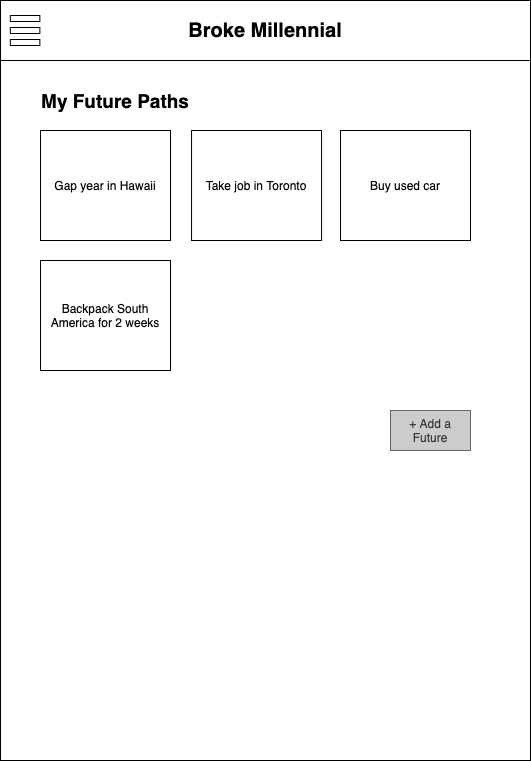
Above: ux-design/Dashboard.png in software-assignments-spring2021/spring-2020-cruel-badger (draw.io), before the change. Source tidied: cells renumbered, new cells last; positions are measured from the earlier drawing's top-left corner, leaving out a move shared by most shapes.
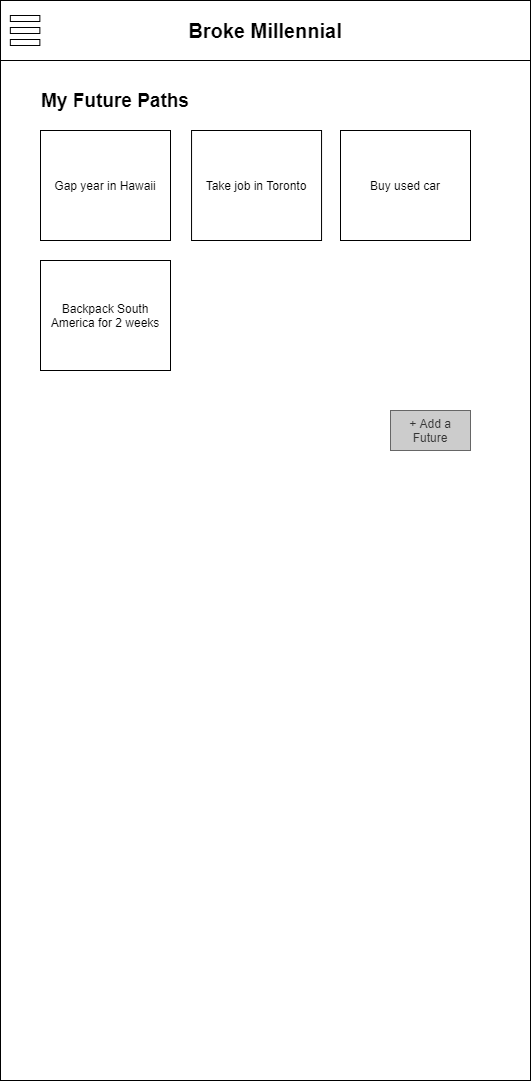
After the change.

The edit, as a diff of the source:
```diff
@@ -3,38 +3,38 @@
     <mxCell id="0" />
     <mxCell id="1" parent="0" />
     <mxCell id="2" style="rounded=0;whiteSpace=wrap;html=1;" parent="1" vertex="1">
-      <mxGeometry width="530" height="760" as="geometry" />
+      <mxGeometry width="530" height="1080" as="geometry" />
     </mxCell>
+    <mxCell id="14" value="&lt;b&gt;&lt;font style=&quot;font-size: 20px&quot;&gt;Broke&amp;nbsp;&lt;/font&gt;&lt;/b&gt;&lt;span style=&quot;font-size: 20px&quot;&gt;&lt;b&gt;Millennial&lt;/b&gt;&lt;/span&gt;" style="rounded=0;whiteSpace=wrap;html=1;" parent="1" vertex="1">
+      <mxGeometry width="530" height="60" as="geometry" />
+    </mxCell>
+    <mxCell id="15" style="group;" parent="1" vertex="1">
+      <mxGeometry x="9.8" y="15" width="29.5" height="30" as="geometry" />
+    </mxCell>
-    <mxCell id="3" value="&lt;b&gt;&lt;font style=&quot;font-size: 20px&quot;&gt;Broke&amp;nbsp;&lt;/font&gt;&lt;/b&gt;&lt;span style=&quot;font-size: 20px&quot;&gt;&lt;b&gt;Millennial&lt;/b&gt;&lt;/span&gt;" style="rounded=0;whiteSpace=wrap;html=1;" parent="1" vertex="1">
-      <mxGeometry width="530" height="60" as="geometry" />
+    <mxCell id="3" style="rounded=0;whiteSpace=wrap;html=1;fontSize=20;" parent="15" vertex="1">
+      <mxGeometry width="29.5" height="6" as="geometry" />
     </mxCell>
+    <mxCell id="16" style="rounded=0;whiteSpace=wrap;html=1;fontSize=20;" parent="15" vertex="1">
+      <mxGeometry y="12" width="29.5" height="6" as="geometry" />
+    </mxCell>
+    <mxCell id="17" style="rounded=0;whiteSpace=wrap;html=1;fontSize=20;" parent="15" vertex="1">
+      <mxGeometry y="24" width="29.5" height="6" as="geometry" />
+    </mxCell>
+    <mxCell id="8" value="&lt;font style=&quot;font-size: 19px&quot;&gt;&lt;b&gt;My Future Paths&lt;/b&gt;&lt;/font&gt;" style="text;html=1;strokeColor=none;fillColor=none;align=center;verticalAlign=middle;whiteSpace=wrap;rounded=0;" parent="1" vertex="1">
+      <mxGeometry x="20" y="90" width="190" height="20" as="geometry" />
+    </mxCell>
-    <mxCell id="4" style="group;" parent="1" vertex="1">
-      <mxGeometry x="9.8" y="15" width="29.5" height="30" as="geometry" />
+    <mxCell id="4" value="Gap year in Hawaii" style="rounded=0;whiteSpace=wrap;html=1;" parent="1" vertex="1">
+      <mxGeometry x="40" y="130" width="130" height="110" as="geometry" />
     </mxCell>
-    <mxCell id="5" style="rounded=0;whiteSpace=wrap;html=1;fontSize=20;" parent="4" vertex="1">
-      <mxGeometry width="29.5" height="6" as="geometry" />
+    <mxCell id="5" value="Take job in Toronto" style="rounded=0;whiteSpace=wrap;html=1;" parent="1" vertex="1">
+      <mxGeometry x="191.1" y="130" width="130" height="110" as="geometry" />
     </mxCell>
-    <mxCell id="6" style="rounded=0;whiteSpace=wrap;html=1;fontSize=20;" parent="4" vertex="1">
-      <mxGeometry y="12" width="29.5" height="6" as="geometry" />
+    <mxCell id="6" value="Buy used car" style="rounded=0;whiteSpace=wrap;html=1;" parent="1" vertex="1">
+      <mxGeometry x="340" y="130" width="130" height="110" as="geometry" />
     </mxCell>
-    <mxCell id="7" style="rounded=0;whiteSpace=wrap;html=1;fontSize=20;" parent="4" vertex="1">
-      <mxGeometry y="24" width="29.5" height="6" as="geometry" />
+    <mxCell id="7" value="Backpack South America for 2 weeks" style="rounded=0;whiteSpace=wrap;html=1;" parent="1" vertex="1">
+      <mxGeometry x="40" y="260" width="130" height="110" as="geometry" />
     </mxCell>
-    <mxCell id="8" value="&lt;font style=&quot;font-size: 19px&quot;&gt;&lt;b&gt;My Future Paths&lt;/b&gt;&lt;/font&gt;" style="text;html=1;strokeColor=none;fillColor=none;align=center;verticalAlign=middle;whiteSpace=wrap;rounded=0;" parent="1" vertex="1">
-      <mxGeometry x="20" y="90" width="190" height="20" as="geometry" />
-    </mxCell>
-    <mxCell id="9" value="Gap year in Hawaii" style="rounded=0;whiteSpace=wrap;html=1;" parent="1" vertex="1">
-      <mxGeometry x="40" y="130" width="130" height="110" as="geometry" />
-    </mxCell>
-    <mxCell id="10" value="Take job in Toronto" style="rounded=0;whiteSpace=wrap;html=1;" parent="1" vertex="1">
-      <mxGeometry x="191.1" y="130" width="130" height="110" as="geometry" />
-    </mxCell>
-    <mxCell id="11" value="Buy used car" style="rounded=0;whiteSpace=wrap;html=1;" parent="1" vertex="1">
-      <mxGeometry x="340" y="130" width="130" height="110" as="geometry" />
-    </mxCell>
-    <mxCell id="12" value="Backpack South America for 2 weeks" style="rounded=0;whiteSpace=wrap;html=1;" parent="1" vertex="1">
-      <mxGeometry x="40" y="260" width="130" height="110" as="geometry" />
-    </mxCell>
     <mxCell id="13" value="+ Add a Future" style="rounded=0;whiteSpace=wrap;html=1;fillColor=#CCCCCC;strokeColor=#666666;fontColor=#333333;" parent="1" vertex="1">
       <mxGeometry x="390" y="410" width="80" height="40" as="geometry" />
     </mxCell>
```
